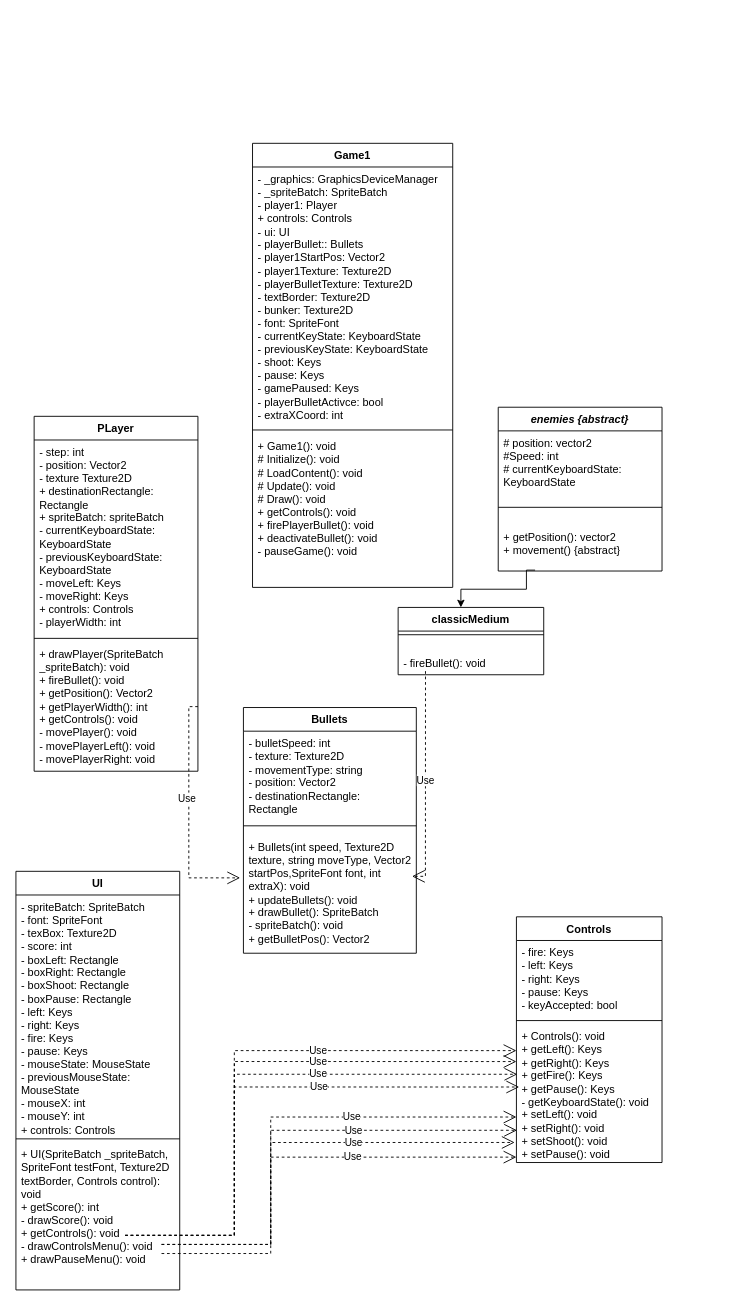
Above: draw.io diagrams/classDiagrams.drawio in Ferogreywolf7/Alien-Attack (draw.io), before the change. Source tidied: cells renumbered, new cells numbered last; positions are measured from the earlier drawing's top-left corner, leaving out a move shared by most shapes. Both pictures are drawn from the tidied source at 91%, with x=0, y=0 at pixel (15, 143).
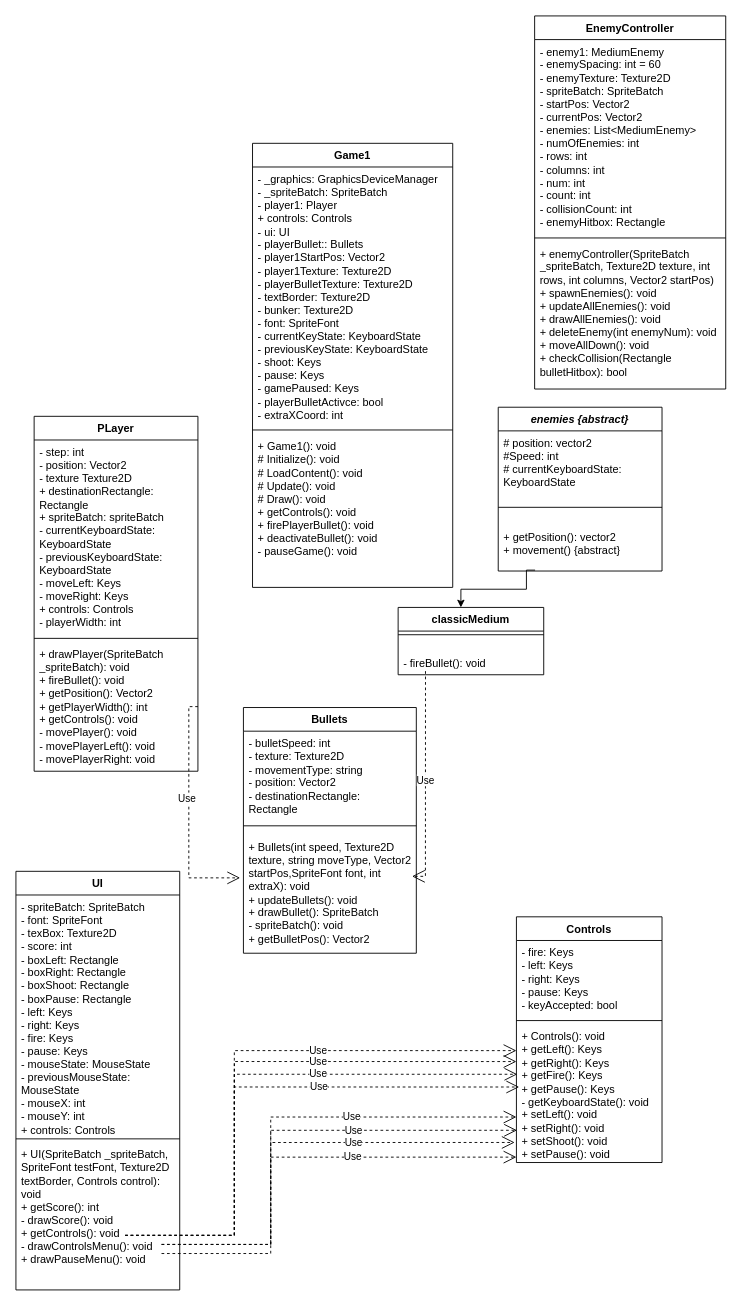
The same diagram, later.

The edit, as a diff of the source:
```diff
@@
+    <mxCell id="40" value="EnemyController" style="swimlane;fontStyle=1;align=center;verticalAlign=top;horizontal=1;startSize=26;whiteSpace=wrap;html=1;" parent="1" vertex="1">
+      <mxGeometry x="570" y="-140" width="210" height="410" as="geometry" />
+    </mxCell>
+    <mxCell id="41" value="&lt;div&gt;- enemy1: MediumEnemy&lt;/div&gt;&lt;div&gt;- enemySpacing: int = 60&lt;/div&gt;&lt;div&gt;- enemyTexture: Texture2D&lt;/div&gt;&lt;div&gt;- spriteBatch: SpriteBatch&lt;/div&gt;&lt;div&gt;- startPos: Vector2&lt;br&gt;- currentPos: Vector2&lt;/div&gt;&lt;div&gt;- enemies: List&amp;lt;MediumEnemy&amp;gt;&lt;br&gt;&lt;/div&gt;&lt;div&gt;- numOfEnemies: int&lt;/div&gt;&lt;div&gt;- rows: int&lt;/div&gt;&lt;div&gt;- columns: int&lt;/div&gt;&lt;div&gt;- num: int&lt;/div&gt;&lt;div&gt;- count: int&lt;/div&gt;&lt;div&gt;- collisionCount: int&lt;/div&gt;&lt;div&gt;- enemyHitbox: Rectangle&lt;br&gt;&lt;/div&gt;" style="text;strokeColor=none;fillColor=none;align=left;verticalAlign=top;spacingLeft=4;spacingRight=4;overflow=hidden;whiteSpace=wrap;html=1;" parent="40" vertex="1">
+      <mxGeometry y="26" width="210" height="214" as="geometry" />
+    </mxCell>
+    <mxCell id="42" style="line;strokeWidth=1;fillColor=none;align=left;verticalAlign=middle;spacingTop=-1;spacingLeft=3;spacingRight=3;labelPosition=right;strokeColor=inherit;" parent="40" vertex="1">
+      <mxGeometry y="240" width="210" height="8" as="geometry" />
+    </mxCell>
+    <mxCell id="43" value="&lt;div&gt;+ enemyController(SpriteBatch _spriteBatch, Texture2D texture, int rows, int columns, Vector2 startPos)&lt;br&gt;&lt;/div&gt;&lt;div&gt;+ spawnEnemies(): void&lt;/div&gt;&lt;div&gt;+ updateAllEnemies(): void&lt;/div&gt;&lt;div&gt;+ drawAllEnemies(): void&lt;/div&gt;&lt;div&gt;+ deleteEnemy(int enemyNum): void&lt;/div&gt;&lt;div&gt;+ moveAllDown(): void&lt;/div&gt;&lt;div&gt;+ checkCollision(Rectangle bulletHitbox): bool&lt;br&gt;&lt;/div&gt;" style="text;strokeColor=none;fillColor=none;align=left;verticalAlign=top;spacingLeft=4;spacingRight=4;overflow=hidden;whiteSpace=wrap;html=1;" parent="40" vertex="1">
+      <mxGeometry y="248" width="210" height="162" as="geometry" />
+    </mxCell>
```
